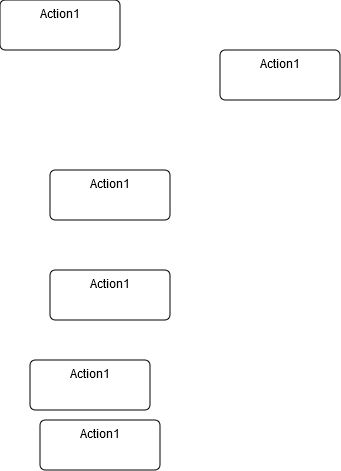
This is SW_ING/Tuzka_Aktivity.png from KarelMasa/pg, a draw.io export, as it was before one commit. Source tidied: cells renumbered, new cells last; positions are measured from the earlier drawing's top-left corner, leaving out a move shared by most shapes.
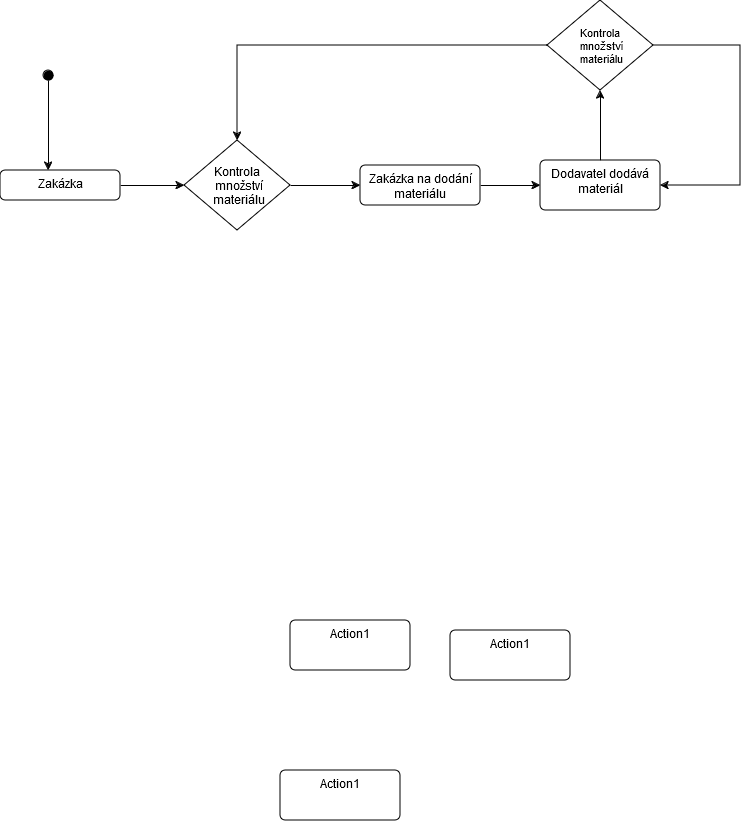
The same file after the commit.

Change to the diagram source:
```diff
@@ -2,23 +2,57 @@
   <root>
     <mxCell id="0" />
     <mxCell id="1" parent="0" />
+    <mxCell id="8" style="edgeStyle=orthogonalEdgeStyle;rounded=0;jettySize=auto;html=1;entryX=0;entryY=0.5;entryDx=0;entryDy=0;" parent="1" edge="1" source="2" target="12">
+      <mxGeometry relative="1" as="geometry" />
+    </mxCell>
-    <mxCell id="2" value="Action1" style="html=1;align=center;verticalAlign=top;rounded=1;absoluteArcSize=1;arcSize=10;dashed=0;whiteSpace=wrap;" parent="1" vertex="1">
-      <mxGeometry width="120" height="50" as="geometry" />
+    <mxCell id="2" value="Zakázka" style="html=1;align=center;verticalAlign=top;rounded=1;absoluteArcSize=1;arcSize=10;dashed=0;whiteSpace=wrap;" parent="1" vertex="1">
+      <mxGeometry x="-60" y="140" width="120" height="30" as="geometry" />
     </mxCell>
+    <mxCell id="9" style="edgeStyle=orthogonalEdgeStyle;rounded=0;jettySize=auto;html=1;entryX=0.5;entryY=1;entryDx=0;entryDy=0;" parent="1" edge="1" source="3" target="15">
+      <mxGeometry relative="1" as="geometry" />
+    </mxCell>
-    <mxCell id="3" value="Action1" style="html=1;align=center;verticalAlign=top;rounded=1;absoluteArcSize=1;arcSize=10;dashed=0;whiteSpace=wrap;" parent="1" vertex="1">
-      <mxGeometry x="220" y="50" width="120" height="50" as="geometry" />
+    <mxCell id="3" value="Dodavatel dodává materiál" style="html=1;align=center;verticalAlign=top;rounded=1;absoluteArcSize=1;arcSize=10;dashed=0;whiteSpace=wrap;" parent="1" vertex="1">
+      <mxGeometry x="480" y="130" width="120" height="50" as="geometry" />
     </mxCell>
+    <mxCell id="10" style="edgeStyle=orthogonalEdgeStyle;rounded=0;jettySize=auto;html=1;entryX=0;entryY=0.5;entryDx=0;entryDy=0;" parent="1" edge="1" source="4" target="3">
+      <mxGeometry relative="1" as="geometry" />
+    </mxCell>
-    <mxCell id="4" value="Action1" style="html=1;align=center;verticalAlign=top;rounded=1;absoluteArcSize=1;arcSize=10;dashed=0;whiteSpace=wrap;" parent="1" vertex="1">
-      <mxGeometry x="50" y="170" width="120" height="50" as="geometry" />
+    <mxCell id="4" value="Zakázka na dodání materiálu" style="html=1;align=center;verticalAlign=top;rounded=1;absoluteArcSize=1;arcSize=10;dashed=0;whiteSpace=wrap;" parent="1" vertex="1">
+      <mxGeometry x="300" y="135" width="120" height="40" as="geometry" />
     </mxCell>
     <mxCell id="5" value="Action1" style="html=1;align=center;verticalAlign=top;rounded=1;absoluteArcSize=1;arcSize=10;dashed=0;whiteSpace=wrap;" parent="1" vertex="1">
-      <mxGeometry x="50" y="270" width="120" height="50" as="geometry" />
+      <mxGeometry x="230" y="590" width="120" height="50" as="geometry" />
     </mxCell>
     <mxCell id="6" value="Action1" style="html=1;align=center;verticalAlign=top;rounded=1;absoluteArcSize=1;arcSize=10;dashed=0;whiteSpace=wrap;" parent="1" vertex="1">
-      <mxGeometry x="30" y="360" width="120" height="50" as="geometry" />
+      <mxGeometry x="390" y="600" width="120" height="50" as="geometry" />
     </mxCell>
     <mxCell id="7" value="Action1" style="html=1;align=center;verticalAlign=top;rounded=1;absoluteArcSize=1;arcSize=10;dashed=0;whiteSpace=wrap;" parent="1" vertex="1">
-      <mxGeometry x="40" y="420" width="120" height="50" as="geometry" />
+      <mxGeometry x="220" y="740" width="120" height="50" as="geometry" />
     </mxCell>
+    <mxCell id="11" style="edgeStyle=orthogonalEdgeStyle;rounded=0;jettySize=auto;html=1;entryX=0;entryY=0.5;entryDx=0;entryDy=0;" parent="1" edge="1" source="12" target="4">
+      <mxGeometry relative="1" as="geometry" />
+    </mxCell>
+    <mxCell id="12" value="Kontrola&#10; množství&#10; materiálu" style="rhombus;" parent="1" vertex="1">
+      <mxGeometry x="124" y="110" width="106" height="90" as="geometry" />
+    </mxCell>
+    <mxCell id="13" style="edgeStyle=elbowEdgeStyle;rounded=0;jettySize=auto;html=1;entryX=1;entryY=0.5;entryDx=0;entryDy=0;" parent="1" edge="1" source="15" target="3">
+      <mxGeometry relative="1" as="geometry">
+        <Array as="points">
+          <mxPoint x="680" y="80" />
+        </Array>
+      </mxGeometry>
+    </mxCell>
+    <mxCell id="14" style="edgeStyle=orthogonalEdgeStyle;rounded=0;jettySize=auto;html=1;entryX=0.5;entryY=0;entryDx=0;entryDy=0;" parent="1" edge="1" source="15" target="12">
+      <mxGeometry relative="1" as="geometry" />
+    </mxCell>
+    <mxCell id="15" value="Kontrola&#10; množství&#10; materiálu" style="rhombus;fontSize=11;" parent="1" vertex="1">
+      <mxGeometry x="487" y="-30" width="106" height="90" as="geometry" />
+    </mxCell>
+    <mxCell id="16" style="ellipse;fillColor=strokeColor;html=1;" parent="1" vertex="1">
+      <mxGeometry x="-17" y="40" width="10" height="10" as="geometry" />
+    </mxCell>
+    <mxCell id="17" style="rounded=0;jettySize=auto;html=1;entryX=0.4;entryY=0;entryDx=0;entryDy=0;entryPerimeter=0;" parent="1" edge="1" source="16" target="2">
+      <mxGeometry relative="1" as="geometry" />
+    </mxCell>
   </root>
 </mxGraphModel>
```
